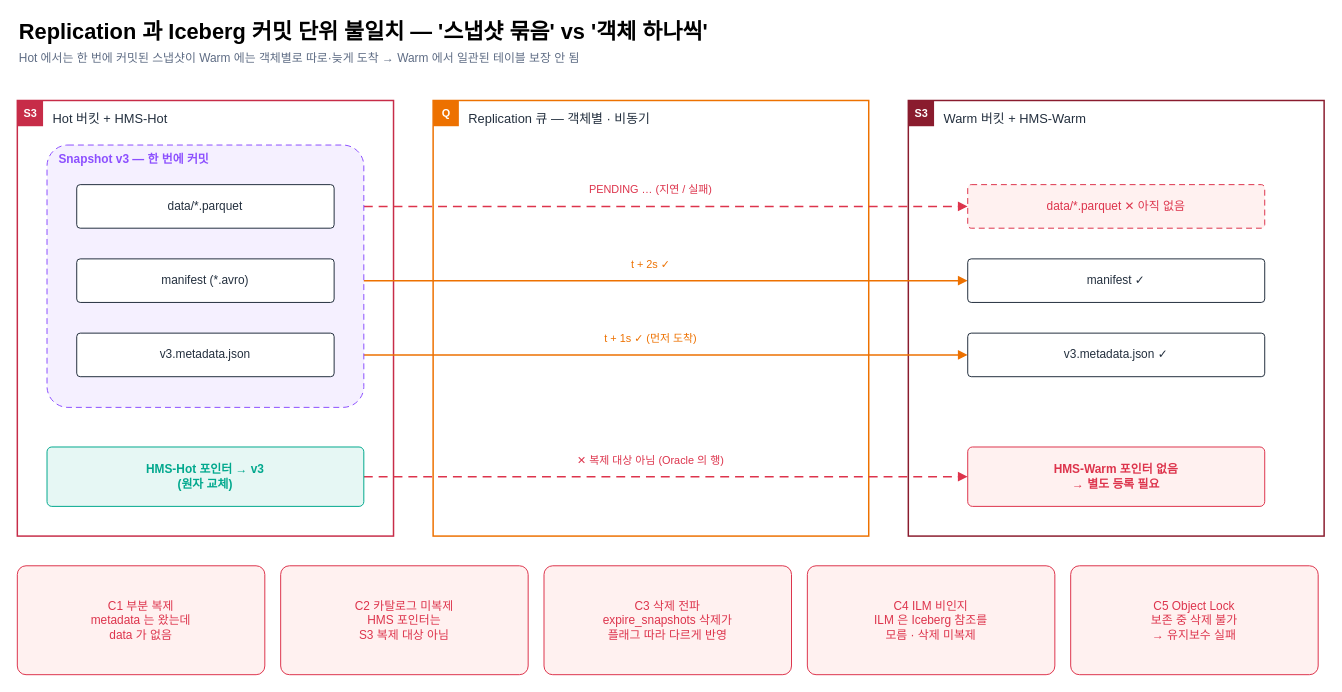
Earlier version of the draw.io diagram docs/aistor-replication-review/diagrams/04-commit-unit-mismatch.drawio (kronenz/fluent-bit). Source tidied: cells renumbered, new cells numbered last; positions are measured from the earlier drawing's top-left corner, leaving out a move shared by most shapes. Both pictures are drawn from the tidied source at 99%, with x=0, y=0 at pixel (17, 17).
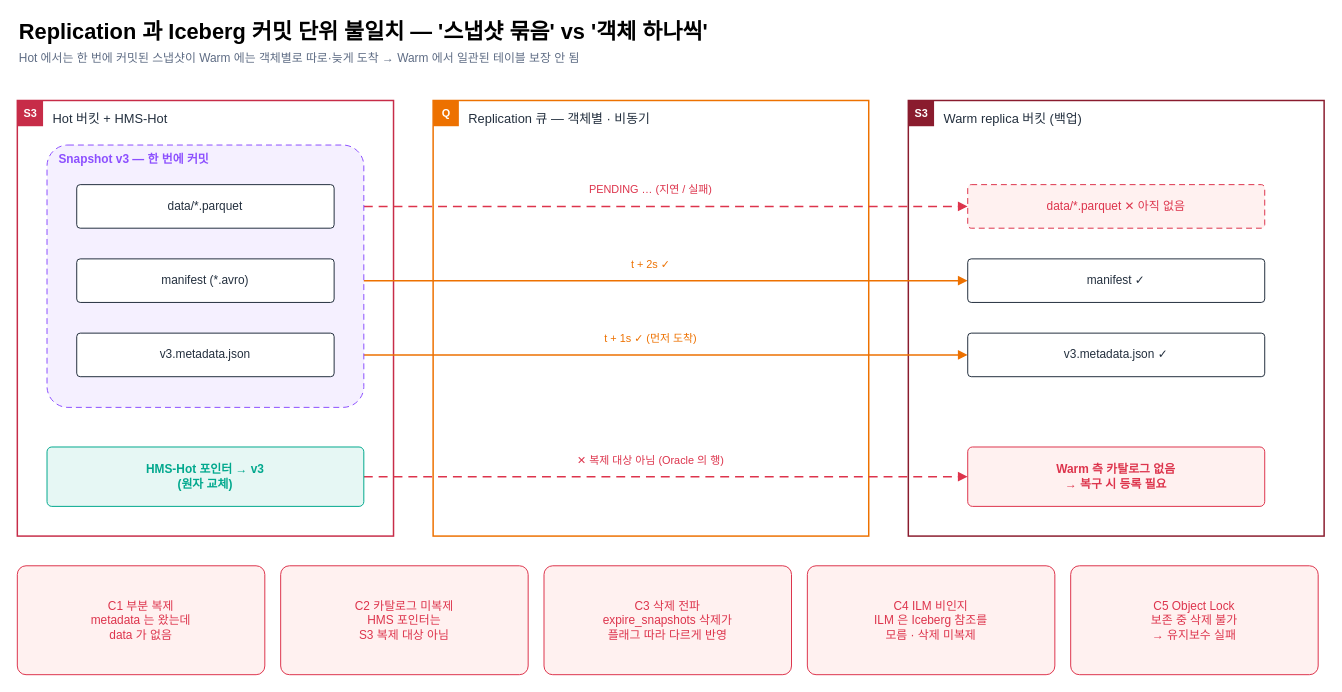
After the change.

Diff of the diagram source:
```diff
@@
-    <mxCell id="6" value="Warm 버킷 + HMS-Warm" style="rounded=0;whiteSpace=wrap;html=1;fillColor=#FFFFFF;strokeColor=#8A1C2E;strokeWidth=1.5;verticalAlign=top;align=left;spacingLeft=34;spacingTop=4;fontSize=13;fontColor=#232F3E;" parent="1" vertex="1">
+    <mxCell id="6" value="Warm replica 버킷 (백업)" style="rounded=0;whiteSpace=wrap;html=1;fillColor=#FFFFFF;strokeColor=#8A1C2E;strokeWidth=1.5;verticalAlign=top;align=left;spacingLeft=34;spacingTop=4;fontSize=13;fontColor=#232F3E;" parent="1" vertex="1">
       <mxGeometry x="900" y="84" width="420" height="440" as="geometry" />
     </mxCell>
@@
-    <mxCell id="20" value="HMS-Warm 포인터 없음&lt;br&gt;→ 별도 등록 필요" style="rounded=1;arcSize=8;whiteSpace=wrap;html=1;fillColor=#FFF1F0;strokeColor=#DD344C;fontSize=12;fontColor=#DD344C;fontStyle=1;align=center;spacing=6;" parent="1" vertex="1">
+    <mxCell id="20" value="Warm 측 카탈로그 없음&lt;br&gt;→ 복구 시 등록 필요" style="rounded=1;arcSize=8;whiteSpace=wrap;html=1;fillColor=#FFF1F0;strokeColor=#DD344C;fontSize=12;fontColor=#DD344C;fontStyle=1;align=center;spacing=6;" parent="1" vertex="1">
       <mxGeometry x="960" y="434" width="300" height="60" as="geometry" />
     </mxCell>
```
